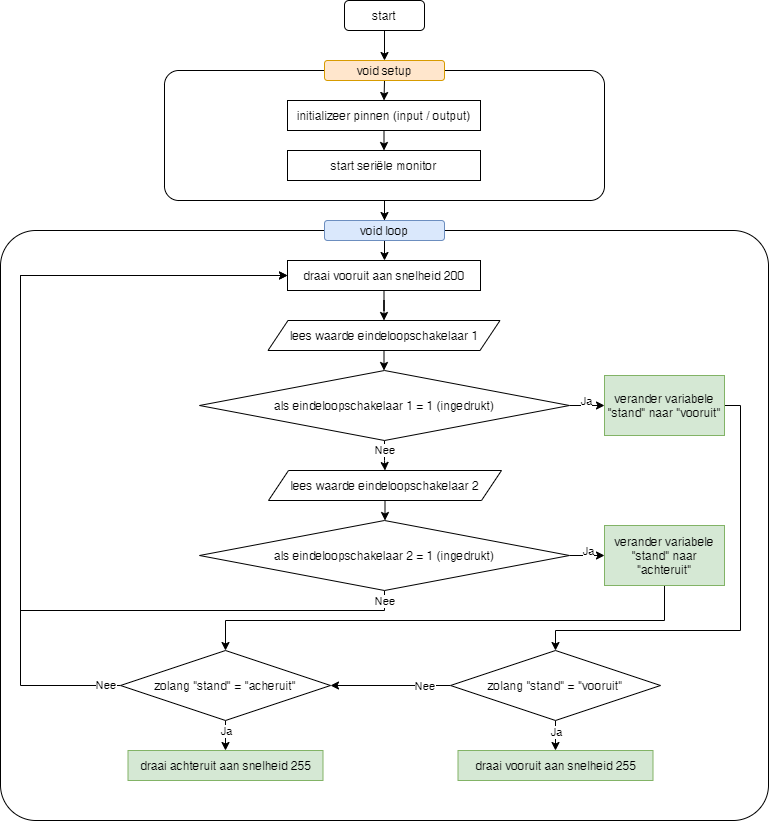
Earlier version of the draw.io export files/flow.png (stem-dbk/m63). Source tidied: cells renumbered, new cells last; positions are measured from the earlier drawing's top-left corner, leaving out a move shared by most shapes.
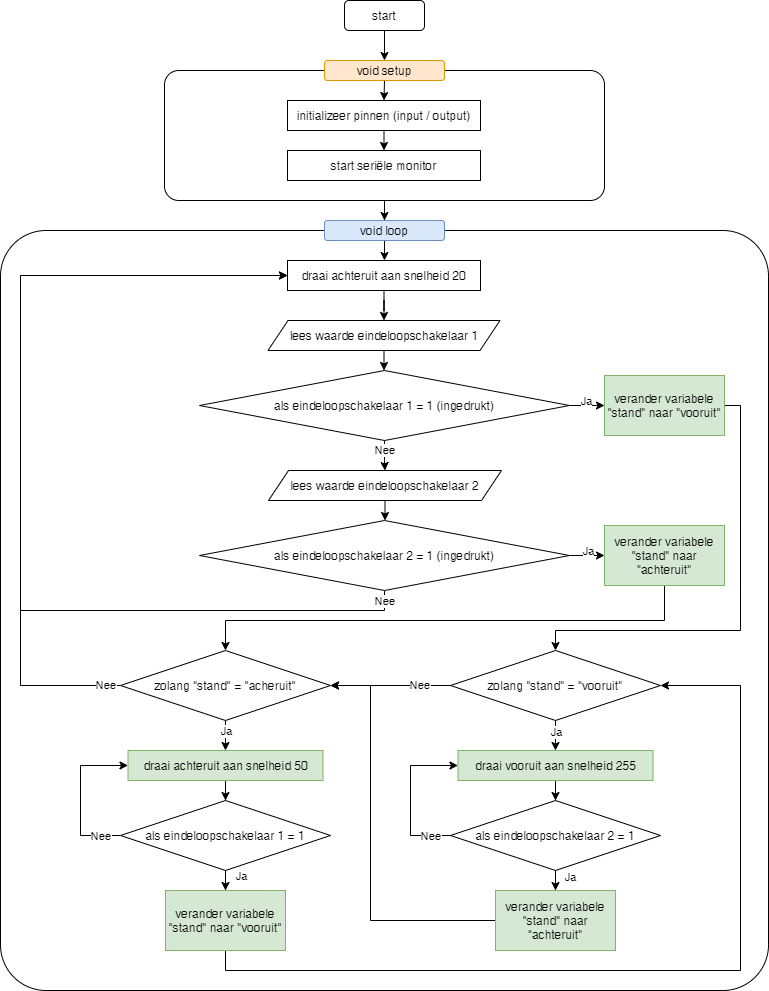
After the commit.

The edit, as a diff of the source:
```diff
@@ -30,7 +30,7 @@
       <mxGeometry x="287" y="150" width="193" height="30" as="geometry" />
     </mxCell>
     <mxCell id="11" style="rounded=1;whiteSpace=wrap;html=1;arcSize=6;" parent="1" vertex="1">
-      <mxGeometry y="230" width="768" height="590" as="geometry" />
+      <mxGeometry y="230" width="768" height="760" as="geometry" />
     </mxCell>
     <mxCell id="12" style="edgeStyle=orthogonalEdgeStyle;rounded=0;jettySize=auto;html=1;" parent="1" edge="1" source="13" target="15">
       <mxGeometry relative="1" as="geometry" />
@@ -41,7 +41,7 @@
     <mxCell id="14" style="edgeStyle=orthogonalEdgeStyle;rounded=0;jettySize=auto;html=1;entryX=0.5;entryY=0;entryDx=0;entryDy=0;" parent="1" edge="1" source="15" target="31">
       <mxGeometry relative="1" as="geometry" />
     </mxCell>
-    <mxCell id="15" value="draai vooruit aan snelheid 200" style="rounded=0;whiteSpace=wrap;html=1;" parent="1" vertex="1">
+    <mxCell id="15" value="draai achteruit aan snelheid 20" style="rounded=0;whiteSpace=wrap;html=1;" parent="1" vertex="1">
       <mxGeometry x="287" y="260" width="193" height="30" as="geometry" />
     </mxCell>
     <mxCell id="16" style="edgeStyle=orthogonalEdgeStyle;rounded=0;jettySize=auto;html=1;" parent="1" edge="1" source="20" target="22">
@@ -145,7 +145,10 @@
     <mxCell id="38" value="zolang &quot;stand&quot; = &quot;acheruit&quot;" style="rhombus;whiteSpace=wrap;html=1;rounded=0;" parent="1" vertex="1">
       <mxGeometry x="120" y="650" width="210" height="70" as="geometry" />
     </mxCell>
+    <mxCell id="46" style="edgeStyle=orthogonalEdgeStyle;rounded=0;jettySize=auto;html=1;" parent="1" edge="1" source="39" target="52">
+      <mxGeometry relative="1" as="geometry" />
+    </mxCell>
-    <mxCell id="39" value="draai achteruit aan snelheid 255" style="rounded=0;whiteSpace=wrap;html=1;fillColor=#d5e8d4;strokeColor=#82b366;" parent="1" vertex="1">
+    <mxCell id="39" value="draai achteruit aan snelheid 50" style="rounded=0;whiteSpace=wrap;html=1;fillColor=#d5e8d4;strokeColor=#82b366;" parent="1" vertex="1">
       <mxGeometry x="127.5" y="750" width="195" height="30" as="geometry" />
     </mxCell>
     <mxCell id="40" style="edgeStyle=orthogonalEdgeStyle;rounded=0;jettySize=auto;html=1;entryX=0.5;entryY=0;entryDx=0;entryDy=0;" parent="1" edge="1" target="45">
@@ -158,19 +161,88 @@
         <mxPoint x="-1" as="offset" />
       </mxGeometry>
     </mxCell>
-    <mxCell id="42" style="edgeStyle=orthogonalEdgeStyle;rounded=0;jettySize=auto;html=1;entryX=1;entryY=0.5;entryDx=0;entryDy=0;" parent="1" edge="1" source="44" target="38">
-      <mxGeometry relative="1" as="geometry" />
+    <mxCell id="42" value="Nee" style="edgeStyle=orthogonalEdgeStyle;rounded=0;jettySize=auto;html=1;" parent="1" edge="1" source="44" target="38">
+      <mxGeometry x="-0.5" relative="1" as="geometry" />
     </mxCell>
-    <mxCell id="43" value="Nee" style="edgeLabel;html=1;align=center;verticalAlign=middle;" parent="42" vertex="1">
-      <mxGeometry x="0.22" y="2" relative="1" as="geometry">
-        <mxPoint x="47" y="-2" as="offset" />
-      </mxGeometry>
-    </mxCell>
     <mxCell id="44" value="zolang &quot;stand&quot; = &quot;vooruit&quot;" style="rhombus;whiteSpace=wrap;html=1;rounded=0;" parent="1" vertex="1">
       <mxGeometry x="450" y="650" width="210" height="70" as="geometry" />
     </mxCell>
+    <mxCell id="47" style="edgeStyle=orthogonalEdgeStyle;rounded=0;jettySize=auto;html=1;" parent="1" edge="1" source="45" target="57">
+      <mxGeometry relative="1" as="geometry" />
+    </mxCell>
     <mxCell id="45" value="draai vooruit aan snelheid 255" style="rounded=0;whiteSpace=wrap;html=1;fillColor=#d5e8d4;strokeColor=#82b366;" parent="1" vertex="1">
       <mxGeometry x="457.5" y="750" width="195" height="30" as="geometry" />
     </mxCell>
+    <mxCell id="48" style="edgeStyle=orthogonalEdgeStyle;rounded=0;jettySize=auto;html=1;" parent="1" edge="1" source="52" target="59">
+      <mxGeometry relative="1" as="geometry" />
+    </mxCell>
+    <mxCell id="49" value="Ja" style="edgeLabel;html=1;align=center;verticalAlign=middle;" parent="48" vertex="1">
+      <mxGeometry x="0.49" relative="1" as="geometry">
+        <mxPoint x="15" as="offset" />
+      </mxGeometry>
+    </mxCell>
+    <mxCell id="50" style="edgeStyle=orthogonalEdgeStyle;rounded=0;jettySize=auto;html=1;" parent="1" edge="1" source="52" target="39">
+      <mxGeometry relative="1" as="geometry">
+        <Array as="points">
+          <mxPoint x="80" y="835" />
+          <mxPoint x="80" y="765" />
+        </Array>
+      </mxGeometry>
+    </mxCell>
+    <mxCell id="51" value="Nee" style="edgeLabel;html=1;align=center;verticalAlign=middle;" parent="50" vertex="1">
+      <mxGeometry x="-0.82" y="-1" relative="1" as="geometry">
+        <mxPoint x="-5.7" y="1" as="offset" />
+      </mxGeometry>
+    </mxCell>
+    <mxCell id="52" value="als eindeloopschakelaar 1 = 1" style="rhombus;whiteSpace=wrap;html=1;rounded=0;" parent="1" vertex="1">
+      <mxGeometry x="120" y="800" width="210" height="70" as="geometry" />
+    </mxCell>
+    <mxCell id="53" style="edgeStyle=orthogonalEdgeStyle;rounded=0;jettySize=auto;html=1;" parent="1" edge="1" source="57" target="61">
+      <mxGeometry relative="1" as="geometry" />
+    </mxCell>
+    <mxCell id="54" value="Ja" style="edgeLabel;html=1;align=center;verticalAlign=middle;" parent="53" vertex="1">
+      <mxGeometry x="0.53" y="-1" relative="1" as="geometry">
+        <mxPoint x="15" as="offset" />
+      </mxGeometry>
+    </mxCell>
+    <mxCell id="55" style="edgeStyle=orthogonalEdgeStyle;rounded=0;jettySize=auto;html=1;" parent="1" edge="1" source="57" target="45">
+      <mxGeometry relative="1" as="geometry">
+        <Array as="points">
+          <mxPoint x="410" y="835" />
+          <mxPoint x="410" y="765" />
+        </Array>
+      </mxGeometry>
+    </mxCell>
+    <mxCell id="56" value="Nee" style="edgeLabel;html=1;align=center;verticalAlign=middle;" parent="55" vertex="1">
+      <mxGeometry x="-0.58" relative="1" as="geometry">
+        <mxPoint x="13" as="offset" />
+      </mxGeometry>
+    </mxCell>
+    <mxCell id="57" value="als eindeloopschakelaar 2 = 1" style="rhombus;whiteSpace=wrap;html=1;rounded=0;" parent="1" vertex="1">
+      <mxGeometry x="450" y="800" width="210" height="70" as="geometry" />
+    </mxCell>
+    <mxCell id="58" style="edgeStyle=orthogonalEdgeStyle;rounded=0;jettySize=auto;html=1;entryX=1;entryY=0.5;entryDx=0;entryDy=0;" parent="1" edge="1" source="59" target="44">
+      <mxGeometry relative="1" as="geometry">
+        <Array as="points">
+          <mxPoint x="225" y="970" />
+          <mxPoint x="740" y="970" />
+          <mxPoint x="740" y="685" />
+        </Array>
+      </mxGeometry>
+    </mxCell>
+    <mxCell id="59" value="verander variabele &quot;stand&quot; naar &quot;vooruit&quot;" style="rounded=0;whiteSpace=wrap;html=1;fillColor=#d5e8d4;strokeColor=#82b366;" parent="1" vertex="1">
+      <mxGeometry x="165" y="890" width="120" height="60" as="geometry" />
+    </mxCell>
+    <mxCell id="60" style="edgeStyle=orthogonalEdgeStyle;rounded=0;jettySize=auto;html=1;entryX=1;entryY=0.5;entryDx=0;entryDy=0;" parent="1" edge="1" source="61" target="38">
+      <mxGeometry relative="1" as="geometry">
+        <Array as="points">
+          <mxPoint x="370" y="920" />
+          <mxPoint x="370" y="685" />
+        </Array>
+      </mxGeometry>
+    </mxCell>
+    <mxCell id="61" value="verander variabele &quot;stand&quot; naar &quot;achteruit&quot;" style="rounded=0;whiteSpace=wrap;html=1;fillColor=#d5e8d4;strokeColor=#82b366;" parent="1" vertex="1">
+      <mxGeometry x="495" y="890" width="120" height="60" as="geometry" />
+    </mxCell>
   </root>
 </mxGraphModel>
```
